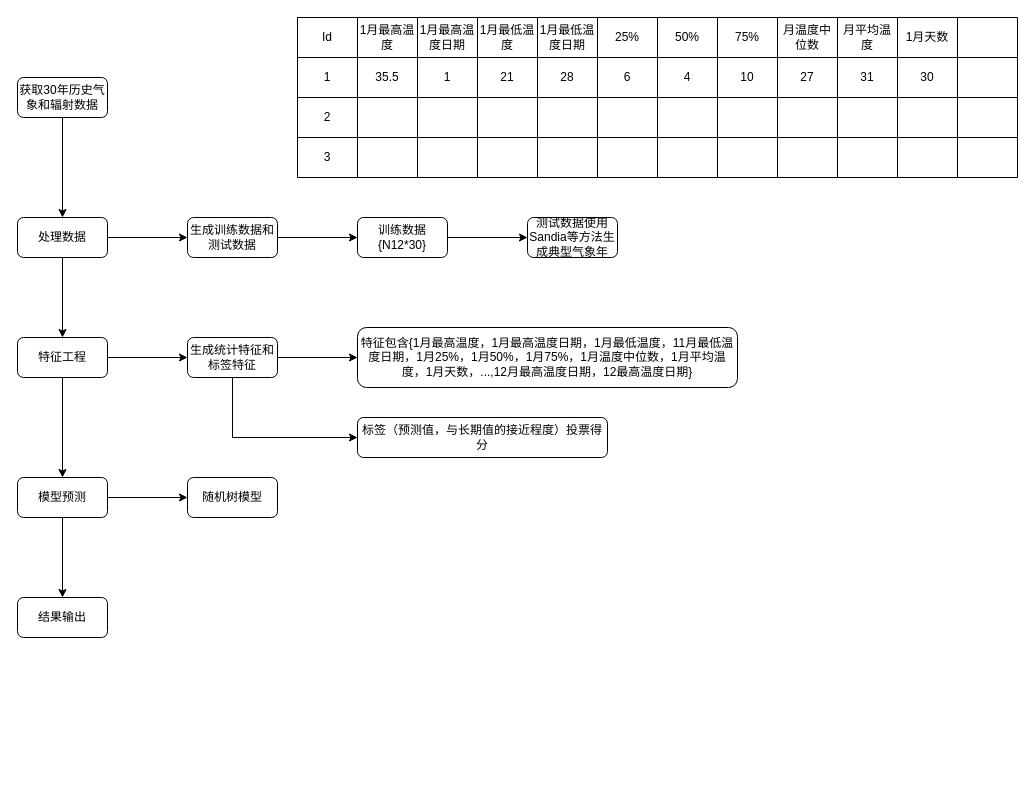
Earlier version of the draw.io diagram page "Page-2" (2 of 2) of tmy.drawio (gg2herry/drawio). Source tidied: cells renumbered, new cells numbered last; positions are measured from the earlier drawing's top-left corner, leaving out a move shared by most shapes. Both pictures are drawn from the tidied source at 100%, with x=0, y=0 at pixel (17, 17).
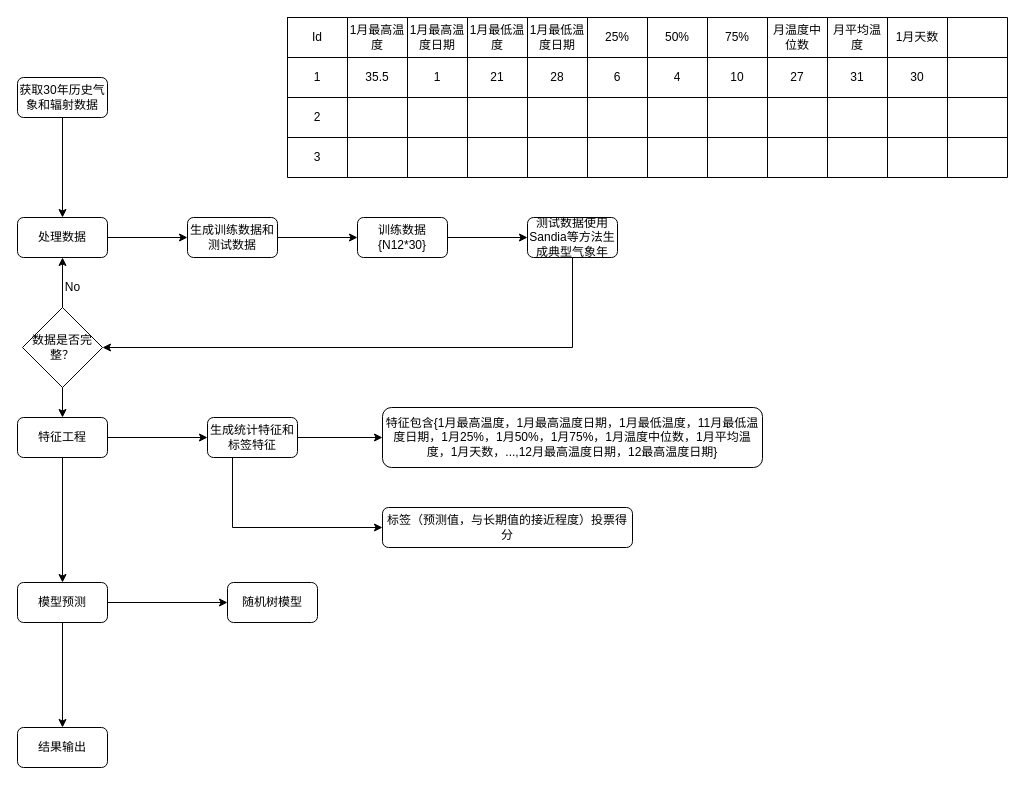
The same page after the edit.

Unchanged cells that the change refers to:
```xml
<mxCell id="6" value="处理数据" style="rounded=1;whiteSpace=wrap;html=1;" parent="1" vertex="1">
  <mxGeometry y="200" width="90" height="40" as="geometry" />
</mxCell>
<mxCell id="75" value="测试数据使用Sandia等方法生成典型气象年" style="rounded=1;whiteSpace=wrap;html=1;" parent="1" vertex="1">
  <mxGeometry x="510" y="200" width="90" height="40" as="geometry" />
</mxCell>
```

Change to the diagram source:
```diff
@@
-    <mxCell id="4" style="edgeStyle=orthogonalEdgeStyle;rounded=0;jettySize=auto;html=1;" parent="1" edge="1" source="6" target="9">
-      <mxGeometry relative="1" as="geometry" />
-    </mxCell>
@@
     <mxCell id="9" value="特征工程" style="rounded=1;whiteSpace=wrap;html=1;" parent="1" vertex="1">
-      <mxGeometry y="320" width="90" height="40" as="geometry" />
+      <mxGeometry y="400" width="90" height="40" as="geometry" />
     </mxCell>
@@
     <mxCell id="12" value="模型预测" style="rounded=1;whiteSpace=wrap;html=1;" parent="1" vertex="1">
-      <mxGeometry y="460" width="90" height="40" as="geometry" />
+      <mxGeometry y="565" width="90" height="40" as="geometry" />
     </mxCell>
@@
     <mxCell id="15" value="生成统计特征和标签特征" style="rounded=1;whiteSpace=wrap;html=1;" parent="1" vertex="1">
-      <mxGeometry x="170" y="320" width="90" height="40" as="geometry" />
+      <mxGeometry x="190" y="400" width="90" height="40" as="geometry" />
     </mxCell>
     <mxCell id="16" style="shape=table;html=1;whiteSpace=wrap;startSize=0;childLayout=tableLayout;" parent="1" vertex="1">
-      <mxGeometry x="280" width="720" height="160" as="geometry" />
+      <mxGeometry x="270" width="720" height="160" as="geometry" />
     </mxCell>
@@
     <mxCell id="71" value="特征包含{1月最高温度，1月最高温度日期，1月最低温度，11月最低温度日期，1月25%，1月50%，1月75%，1月温度中位数，1月平均温度，1月天数，...,12月最高温度日期，12最高温度日期}" style="rounded=1;whiteSpace=wrap;html=1;" parent="1" vertex="1">
-      <mxGeometry x="340" y="310" width="380" height="60" as="geometry" />
+      <mxGeometry x="365" y="390" width="380" height="60" as="geometry" />
     </mxCell>
     <mxCell id="72" value="标签（预测值，与长期值的接近程度）投票得分" style="rounded=1;whiteSpace=wrap;html=1;" parent="1" vertex="1">
-      <mxGeometry x="340" y="400" width="250" height="40" as="geometry" />
+      <mxGeometry x="365" y="490" width="250" height="40" as="geometry" />
     </mxCell>
@@
+    <mxCell id="78" style="edgeStyle=orthogonalEdgeStyle;rounded=0;jettySize=auto;html=1;entryX=1;entryY=0.5;entryDx=0;entryDy=0;" parent="1" edge="1" source="75" target="81">
+      <mxGeometry relative="1" as="geometry">
+        <Array as="points">
+          <mxPoint x="555" y="330" />
+        </Array>
+      </mxGeometry>
+    </mxCell>
@@
     <mxCell id="76" value="随机树模型" style="rounded=1;whiteSpace=wrap;html=1;" parent="1" vertex="1">
-      <mxGeometry x="170" y="460" width="90" height="40" as="geometry" />
+      <mxGeometry x="210" y="565" width="90" height="40" as="geometry" />
     </mxCell>
     <mxCell id="77" value="结果输出" style="rounded=1;whiteSpace=wrap;html=1;" parent="1" vertex="1">
-      <mxGeometry y="580" width="90" height="40" as="geometry" />
+      <mxGeometry y="710" width="90" height="40" as="geometry" />
     </mxCell>
+    <mxCell id="79" style="edgeStyle=orthogonalEdgeStyle;rounded=0;jettySize=auto;html=1;exitX=0.5;exitY=0;exitDx=0;exitDy=0;entryX=0.5;entryY=1;entryDx=0;entryDy=0;" parent="1" edge="1" source="81" target="6">
+      <mxGeometry relative="1" as="geometry" />
+    </mxCell>
+    <mxCell id="80" style="edgeStyle=orthogonalEdgeStyle;rounded=0;jettySize=auto;html=1;entryX=0.5;entryY=0;entryDx=0;entryDy=0;" parent="1" edge="1" source="81" target="9">
+      <mxGeometry relative="1" as="geometry" />
+    </mxCell>
+    <mxCell id="81" value="数据是否完整？" style="rhombus;whiteSpace=wrap;html=1;" parent="1" vertex="1">
+      <mxGeometry x="5" y="290" width="80" height="80" as="geometry" />
+    </mxCell>
+    <mxCell id="82" value="No" style="text;html=1;align=center;verticalAlign=middle;" parent="1" vertex="1">
+      <mxGeometry x="40" y="260" width="30" height="20" as="geometry" />
+    </mxCell>
```
